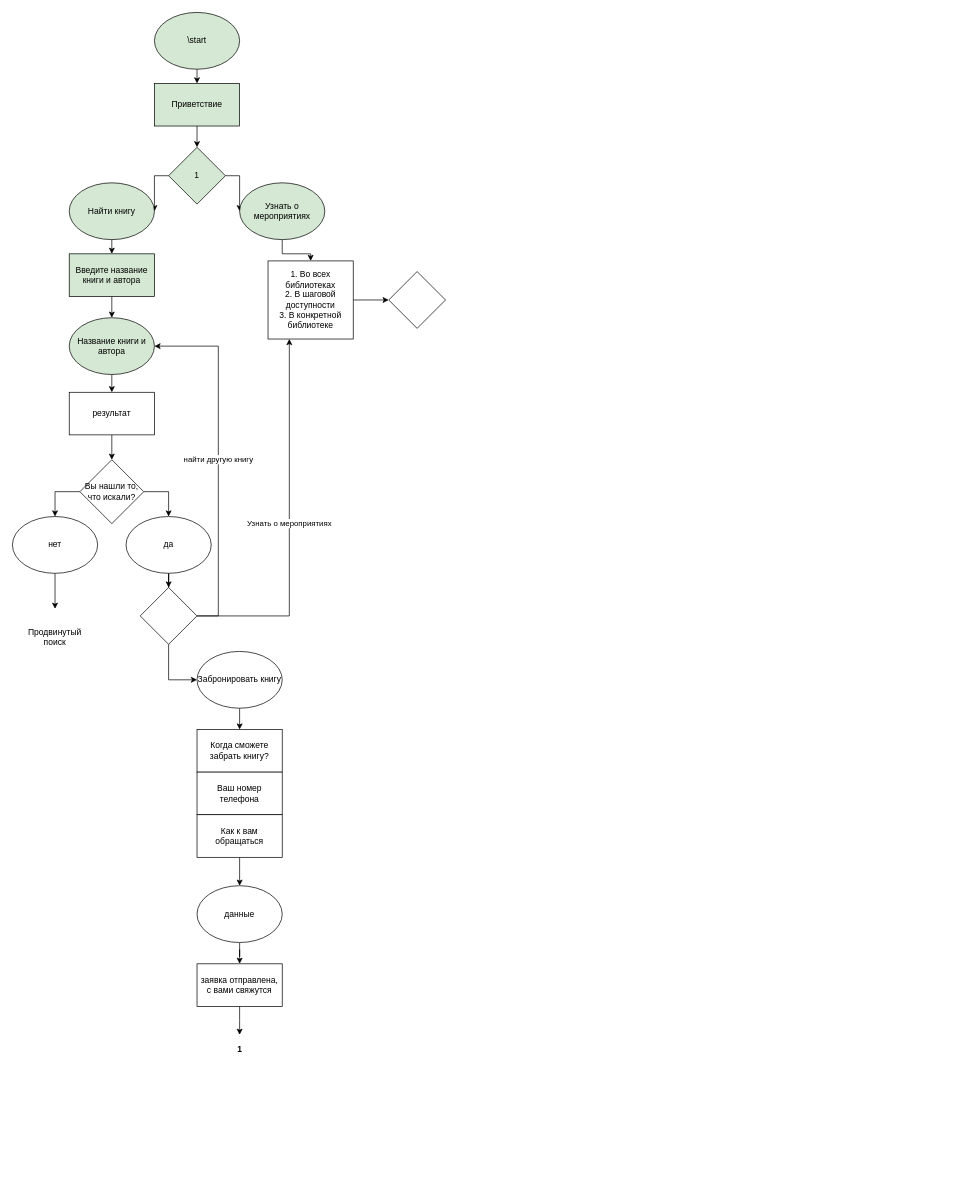
Earlier version of the draw.io diagram userflow.drawio (Nekttuman/bibliblag_bot). Source tidied: cells renumbered, new cells numbered last; positions are measured from the earlier drawing's top-left corner, leaving out a move shared by most shapes. Both pictures are drawn from the tidied source at 71%, with x=0, y=0 at pixel (12, 12).
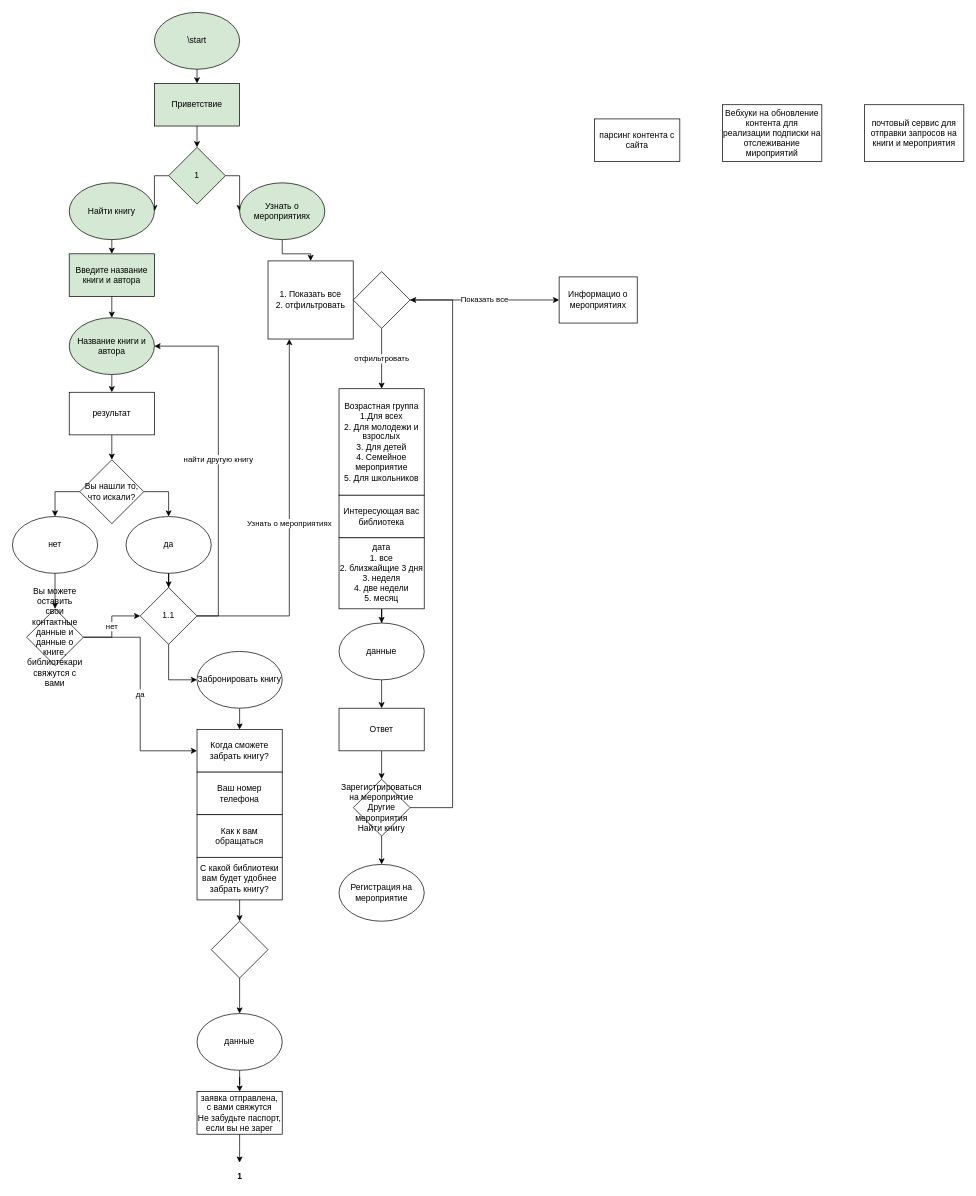
The same diagram, later.

Unchanged cells that the change refers to:
```xml
<mxCell id="36" value="Когда сможете забрать книгу?" style="rounded=0;whiteSpace=wrap;html=1;" parent="1" vertex="1">
  <mxGeometry x="260" y="1010" width="120" height="60" as="geometry" />
</mxCell>
<mxCell id="39" value="Как к вам обращаться" style="rounded=0;whiteSpace=wrap;html=1;" parent="1" vertex="1">
  <mxGeometry x="260" y="1130" width="120" height="60" as="geometry" />
</mxCell>
```

What changed in the source:
```diff
@@
-    <mxCell id="14" value="1. Во всех библиотеках&lt;br&gt;2. В шаговой доступности&lt;br&gt;3. В конкретной библиотеке" style="rounded=0;whiteSpace=wrap;html=1;" parent="1" vertex="1">
+    <mxCell id="14" value="1. Показать все&lt;br&gt;2. отфильтровать" style="rounded=0;whiteSpace=wrap;html=1;" parent="1" vertex="1">
       <mxGeometry x="360" y="350" width="120" height="110" as="geometry" />
     </mxCell>
@@
-    <mxCell id="28" value="Продвинутый поиск" style="text;html=1;strokeColor=none;fillColor=none;align=center;verticalAlign=middle;whiteSpace=wrap;rounded=0;" parent="1" vertex="1">
-      <mxGeometry x="40" y="870" width="40" height="20" as="geometry" />
-    </mxCell>
@@
-    <mxCell id="32" style="rhombus;whiteSpace=wrap;html=1;" parent="1" vertex="1">
+    <mxCell id="32" value="1.1" style="rhombus;whiteSpace=wrap;html=1;" parent="1" vertex="1">
       <mxGeometry x="180" y="810" width="80" height="80" as="geometry" />
     </mxCell>
@@
+    <mxCell id="45" value="Показать все" style="edgeStyle=orthogonalEdgeStyle;rounded=0;jettySize=auto;html=1;entryX=0;entryY=0.5;entryDx=0;entryDy=0;" parent="1" edge="1" source="35" target="57">
+      <mxGeometry relative="1" as="geometry" />
+    </mxCell>
+    <mxCell id="46" value="отфильтровать" style="edgeStyle=orthogonalEdgeStyle;rounded=0;jettySize=auto;html=1;entryX=0.5;entryY=0;entryDx=0;entryDy=0;" parent="1" edge="1" source="35" target="58">
+      <mxGeometry relative="1" as="geometry" />
+    </mxCell>
     <mxCell id="35" style="rhombus;whiteSpace=wrap;html=1;" parent="1" vertex="1">
-      <mxGeometry x="530" y="365" width="80" height="80" as="geometry" />
+      <mxGeometry x="480" y="365" width="80" height="80" as="geometry" />
     </mxCell>
@@
-    <mxCell id="38" style="edgeStyle=orthogonalEdgeStyle;rounded=0;jettySize=auto;html=1;exitX=0.5;exitY=1;exitDx=0;exitDy=0;entryX=0.5;entryY=0;entryDx=0;entryDy=0;" parent="1" edge="1" source="39" target="41">
-      <mxGeometry relative="1" as="geometry" />
-    </mxCell>
@@
     <mxCell id="41" value="данные" style="ellipse;whiteSpace=wrap;html=1;" parent="1" vertex="1">
-      <mxGeometry x="260" y="1230" width="120" height="80" as="geometry" />
+      <mxGeometry x="260" y="1410" width="120" height="80" as="geometry" />
     </mxCell>
     <mxCell id="42" style="edgeStyle=orthogonalEdgeStyle;rounded=0;jettySize=auto;html=1;exitX=0.5;exitY=1;exitDx=0;exitDy=0;" parent="1" edge="1" source="43">
       <mxGeometry relative="1" as="geometry">
-        <mxPoint x="320" y="1440" as="targetPoint" />
+        <mxPoint x="320" y="1620" as="targetPoint" />
       </mxGeometry>
     </mxCell>
-    <mxCell id="43" value="заявка отправлена, с вами свяжутся" style="rounded=0;whiteSpace=wrap;html=1;" parent="1" vertex="1">
-      <mxGeometry x="260" y="1340" width="120" height="60" as="geometry" />
+    <mxCell id="43" value="заявка отправлена, с вами свяжутся&lt;br&gt;Не забудьте паспорт, если вы не зарег" style="rounded=0;whiteSpace=wrap;html=1;" parent="1" vertex="1">
+      <mxGeometry x="260" y="1520" width="120" height="60" as="geometry" />
     </mxCell>
     <mxCell id="44" value="&lt;b&gt;1&lt;/b&gt;" style="text;html=1;align=center;verticalAlign=middle;" parent="1" vertex="1">
-      <mxGeometry x="310" y="1450" width="20" height="20" as="geometry" />
+      <mxGeometry x="310" y="1630" width="20" height="20" as="geometry" />
     </mxCell>
+    <mxCell id="47" style="edgeStyle=orthogonalEdgeStyle;rounded=0;jettySize=auto;html=1;exitX=0.5;exitY=1;exitDx=0;exitDy=0;entryX=0.5;entryY=0;entryDx=0;entryDy=0;" parent="1" edge="1" source="48" target="50">
+      <mxGeometry relative="1" as="geometry" />
+    </mxCell>
+    <mxCell id="48" value="С какой библиотеки вам будет удобнее забрать книгу?" style="rounded=0;whiteSpace=wrap;html=1;" parent="1" vertex="1">
+      <mxGeometry x="260" y="1190" width="120" height="60" as="geometry" />
+    </mxCell>
+    <mxCell id="49" style="edgeStyle=orthogonalEdgeStyle;rounded=0;jettySize=auto;html=1;exitX=0.5;exitY=1;exitDx=0;exitDy=0;entryX=0.5;entryY=0;entryDx=0;entryDy=0;" parent="1" edge="1" source="50" target="41">
+      <mxGeometry relative="1" as="geometry" />
+    </mxCell>
+    <mxCell id="50" style="rhombus;whiteSpace=wrap;html=1;" parent="1" vertex="1">
+      <mxGeometry x="280" y="1280" width="80" height="80" as="geometry" />
+    </mxCell>
+    <mxCell id="51" value="да" style="edgeStyle=orthogonalEdgeStyle;rounded=0;jettySize=auto;html=1;entryX=0;entryY=0.5;entryDx=0;entryDy=0;" parent="1" edge="1" source="53" target="36">
+      <mxGeometry relative="1" as="geometry" />
+    </mxCell>
+    <mxCell id="52" value="нет" style="edgeStyle=orthogonalEdgeStyle;rounded=0;jettySize=auto;html=1;entryX=0;entryY=0.5;entryDx=0;entryDy=0;" parent="1" edge="1" source="53" target="32">
+      <mxGeometry relative="1" as="geometry" />
+    </mxCell>
+    <mxCell id="53" value="Вы можете оставить свои контактные данные и данные о книге, библиотекари свяжутся с вами" style="rhombus;whiteSpace=wrap;html=1;" parent="1" vertex="1">
+      <mxGeometry x="20" y="840" width="80" height="80" as="geometry" />
+    </mxCell>
+    <mxCell id="54" value="парсинг контента с сайта" style="rounded=0;whiteSpace=wrap;html=1;" parent="1" vertex="1">
+      <mxGeometry x="820" y="150" width="120" height="60" as="geometry" />
+    </mxCell>
+    <mxCell id="55" value="Вебхуки на обновление контента для реализации подписки на отслеживание мироприятий" style="rounded=0;whiteSpace=wrap;html=1;" parent="1" vertex="1">
+      <mxGeometry x="1000" y="130" width="140" height="80" as="geometry" />
+    </mxCell>
+    <mxCell id="56" value="почтовый сервис для отправки запросов на книги и мероприятия" style="rounded=0;whiteSpace=wrap;html=1;" parent="1" vertex="1">
+      <mxGeometry x="1200" y="130" width="140" height="80" as="geometry" />
+    </mxCell>
+    <mxCell id="57" value="Информацио о мероприятиях" style="rounded=0;whiteSpace=wrap;html=1;" parent="1" vertex="1">
+      <mxGeometry x="770" y="372.5" width="110" height="65" as="geometry" />
+    </mxCell>
+    <mxCell id="58" value="Возрастная группа&lt;br&gt;1.Для всех&lt;br&gt;2. Для молодежи и взрослых&lt;br&gt;3. Для детей&lt;br&gt;4. Семейное мероприятие&lt;br&gt;5. Для школьников&lt;br&gt;" style="rounded=0;whiteSpace=wrap;html=1;" parent="1" vertex="1">
+      <mxGeometry x="460" y="530" width="120" height="150" as="geometry" />
+    </mxCell>
+    <mxCell id="59" style="edgeStyle=orthogonalEdgeStyle;rounded=0;orthogonalLoop=1;jettySize=auto;html=1;exitX=0.5;exitY=1;exitDx=0;exitDy=0;" parent="1" edge="1">
+      <mxGeometry relative="1" as="geometry">
+        <mxPoint x="520" y="765" as="sourcePoint" />
+        <mxPoint x="520" y="765" as="targetPoint" />
+      </mxGeometry>
+    </mxCell>
+    <mxCell id="60" value="Интересующая вас библиотека" style="rounded=0;whiteSpace=wrap;html=1;" parent="1" vertex="1">
+      <mxGeometry x="460" y="680" width="120" height="60" as="geometry" />
+    </mxCell>
+    <mxCell id="61" style="edgeStyle=orthogonalEdgeStyle;rounded=0;jettySize=auto;html=1;" parent="1" edge="1" source="62" target="64">
+      <mxGeometry relative="1" as="geometry" />
+    </mxCell>
+    <mxCell id="62" value="дата&lt;br&gt;1. все&lt;br&gt;2. близжайщие 3 дня&lt;br&gt;3. неделя&lt;br&gt;4. две недели&lt;br&gt;5. месяц" style="rounded=0;whiteSpace=wrap;html=1;" parent="1" vertex="1">
+      <mxGeometry x="460" y="740" width="120" height="100" as="geometry" />
+    </mxCell>
+    <mxCell id="63" style="edgeStyle=orthogonalEdgeStyle;rounded=0;jettySize=auto;html=1;" parent="1" edge="1" source="64" target="66">
+      <mxGeometry relative="1" as="geometry" />
+    </mxCell>
+    <mxCell id="64" value="данные" style="ellipse;whiteSpace=wrap;html=1;" parent="1" vertex="1">
+      <mxGeometry x="460" y="860" width="120" height="80" as="geometry" />
+    </mxCell>
+    <mxCell id="65" style="edgeStyle=orthogonalEdgeStyle;rounded=0;jettySize=auto;html=1;entryX=0.5;entryY=0;entryDx=0;entryDy=0;" parent="1" edge="1" source="66" target="69">
+      <mxGeometry relative="1" as="geometry" />
+    </mxCell>
+    <mxCell id="66" value="Ответ" style="rounded=0;whiteSpace=wrap;html=1;" parent="1" vertex="1">
+      <mxGeometry x="460" y="980" width="120" height="60" as="geometry" />
+    </mxCell>
+    <mxCell id="67" style="edgeStyle=orthogonalEdgeStyle;rounded=0;jettySize=auto;html=1;" parent="1" edge="1" source="69" target="35">
+      <mxGeometry relative="1" as="geometry">
+        <Array as="points">
+          <mxPoint x="620" y="1120" />
+          <mxPoint x="620" y="405" />
+        </Array>
+      </mxGeometry>
+    </mxCell>
+    <mxCell id="68" style="edgeStyle=orthogonalEdgeStyle;rounded=0;jettySize=auto;html=1;entryX=0.5;entryY=0;entryDx=0;entryDy=0;" parent="1" edge="1" source="69" target="70">
+      <mxGeometry relative="1" as="geometry" />
+    </mxCell>
+    <mxCell id="69" value="Зарегистрироваться на мероприятие&lt;br&gt;Другие мероприятия&lt;br&gt;Найти книгу&lt;br&gt;" style="rhombus;whiteSpace=wrap;html=1;" parent="1" vertex="1">
+      <mxGeometry x="480" y="1080" width="80" height="80" as="geometry" />
+    </mxCell>
+    <mxCell id="70" value="Регистрация на мероприятие" style="ellipse;whiteSpace=wrap;html=1;" parent="1" vertex="1">
+      <mxGeometry x="460" y="1200" width="120" height="80" as="geometry" />
+    </mxCell>
```
